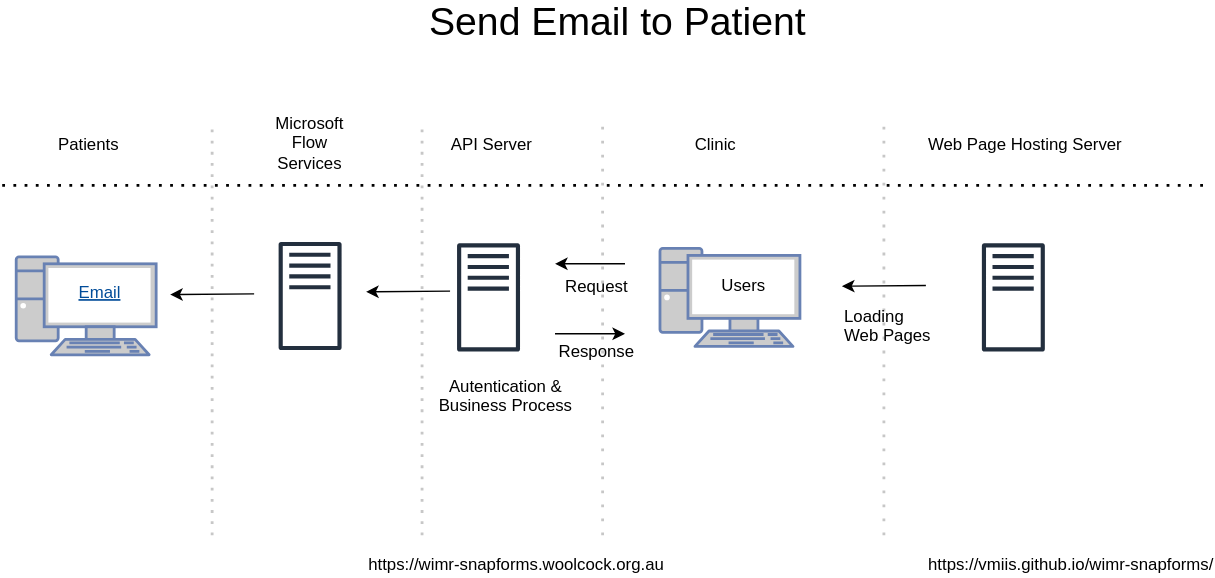
Above: modules/business/diagram/page.svg in jsparkes-wimr/wimr-snapforms (draw.io), before the change. Source tidied: cells renumbered, new cells last; positions are measured from the earlier drawing's top-left corner, leaving out a move shared by most shapes.
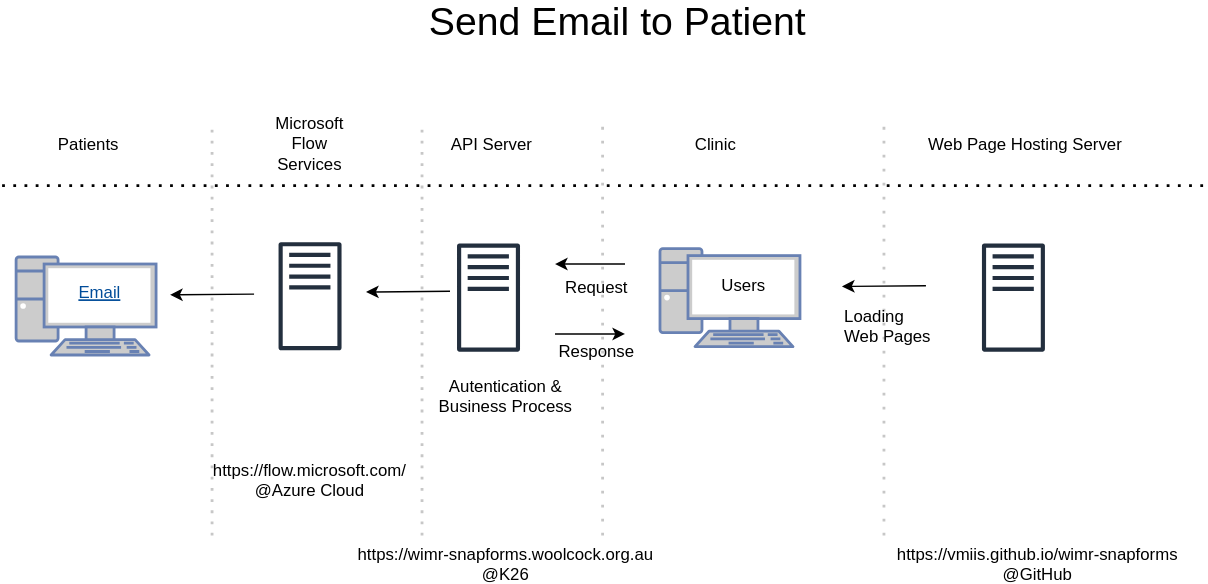
Above is the later version.

Change to the diagram source:
```diff
@@ -89,8 +89,8 @@
         <mxPoint x="120" y="208" as="targetPoint" />
       </mxGeometry>
     </mxCell>
-    <mxCell id="23" value="https://wimr-snapforms.woolcock.org.au" style="text;strokeColor=none;fillColor=none;align=left;verticalAlign=middle;rounded=0;" parent="1" vertex="1">
-      <mxGeometry x="260" y="390" width="40" height="20" as="geometry" />
+    <mxCell id="23" value="https://wimr-snapforms.woolcock.org.au&#10;@K26" style="text;strokeColor=none;fillColor=none;align=center;verticalAlign=middle;rounded=0;" parent="1" vertex="1">
+      <mxGeometry x="340" y="390" width="40" height="20" as="geometry" />
     </mxCell>
     <mxCell id="24" style="endArrow=none;html=1;strokeWidth=2;dashed=1;dashPattern=1 4;fontColor=#ABABAB;strokeColor=#C7C7C7;" parent="1" edge="1">
       <mxGeometry relative="1" as="geometry">
@@ -101,8 +101,8 @@
     <mxCell id="25" value="Web Page Hosting Server" style="text;strokeColor=none;fillColor=none;align=left;verticalAlign=middle;rounded=0;" parent="1" vertex="1">
       <mxGeometry x="660" y="85" width="40" height="30" as="geometry" />
     </mxCell>
-    <mxCell id="26" value="https://vmiis.github.io/wimr-snapforms/" style="text;strokeColor=none;fillColor=none;align=left;verticalAlign=middle;rounded=0;" parent="1" vertex="1">
-      <mxGeometry x="660" y="390" width="40" height="20" as="geometry" />
+    <mxCell id="26" value="https://vmiis.github.io/wimr-snapforms&#10;@GitHub" style="text;strokeColor=none;fillColor=none;align=center;verticalAlign=middle;rounded=0;" parent="1" vertex="1">
+      <mxGeometry x="720" y="390" width="40" height="20" as="geometry" />
     </mxCell>
     <mxCell id="27" style="fontColor=#232F3E;gradientColor=none;fillColor=#232F3E;strokeColor=none;dashed=0;verticalLabelPosition=bottom;verticalAlign=top;align=center;html=1;fontSize=12;fontStyle=0;shape=mxgraph.aws4.traditional_server;" parent="1" vertex="1">
       <mxGeometry x="700" y="171" width="45" height="78" as="geometry" />
@@ -119,5 +119,8 @@
     <mxCell id="30" value="Loading &#10;Web Pages" style="text;strokeColor=none;fillColor=none;align=left;verticalAlign=middle;rounded=0;" parent="1" vertex="1">
       <mxGeometry x="600" y="215" width="40" height="30" as="geometry" />
     </mxCell>
+    <mxCell id="31" value="https://flow.microsoft.com/&#10;@Azure Cloud" style="text;strokeColor=none;fillColor=none;align=center;verticalAlign=middle;rounded=0;" parent="1" vertex="1">
+      <mxGeometry x="200" y="330" width="40" height="20" as="geometry" />
+    </mxCell>
   </root>
 </mxGraphModel>
```
